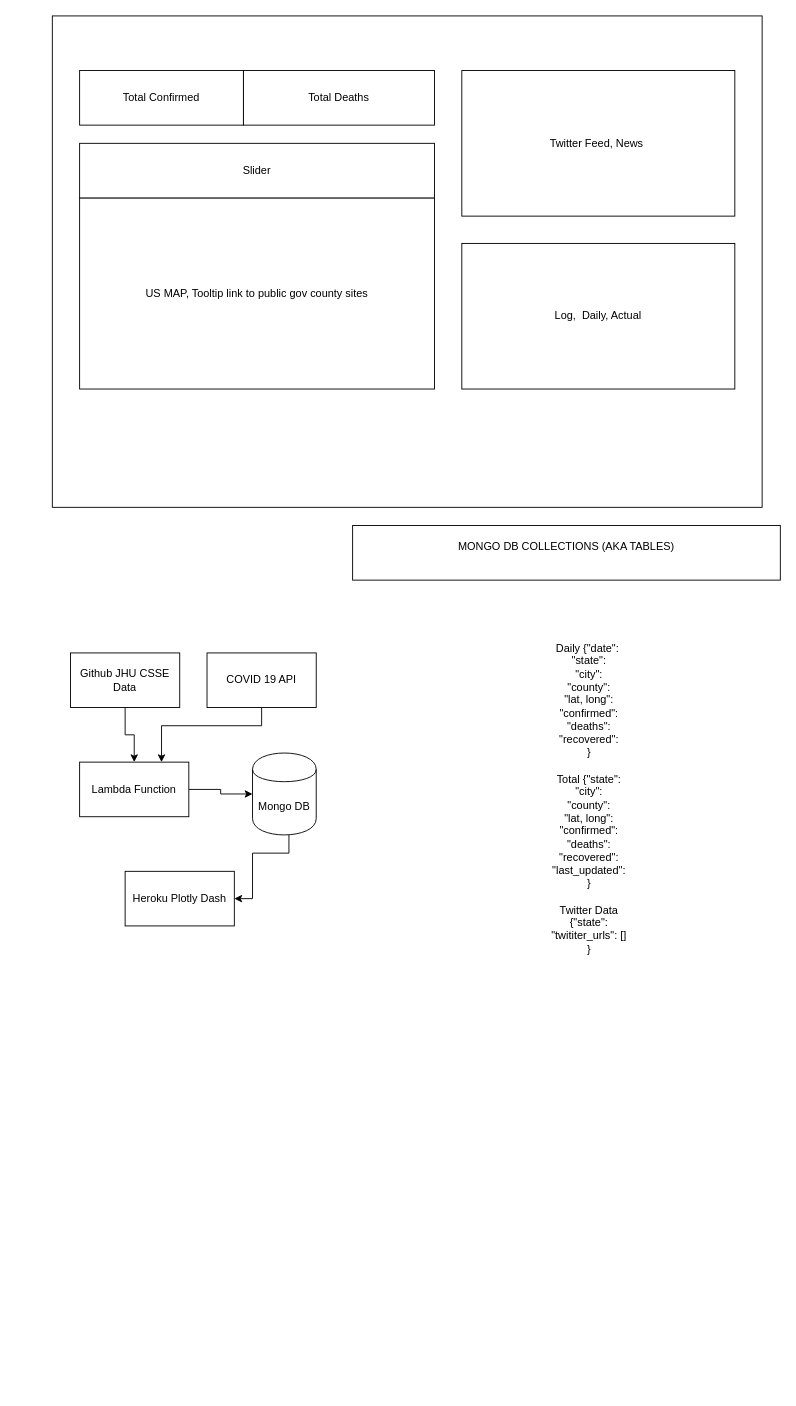
ncov19-us/front-end keeps this draw.io diagram as covid19-dash.drawio. Above is the earlier version. Source tidied: cells renumbered, new cells numbered last; positions are measured from the earlier drawing's top-left corner, leaving out a move shared by most shapes. Both pictures are drawn from the tidied source at 91%, with x=0, y=0 at pixel (52, 15).
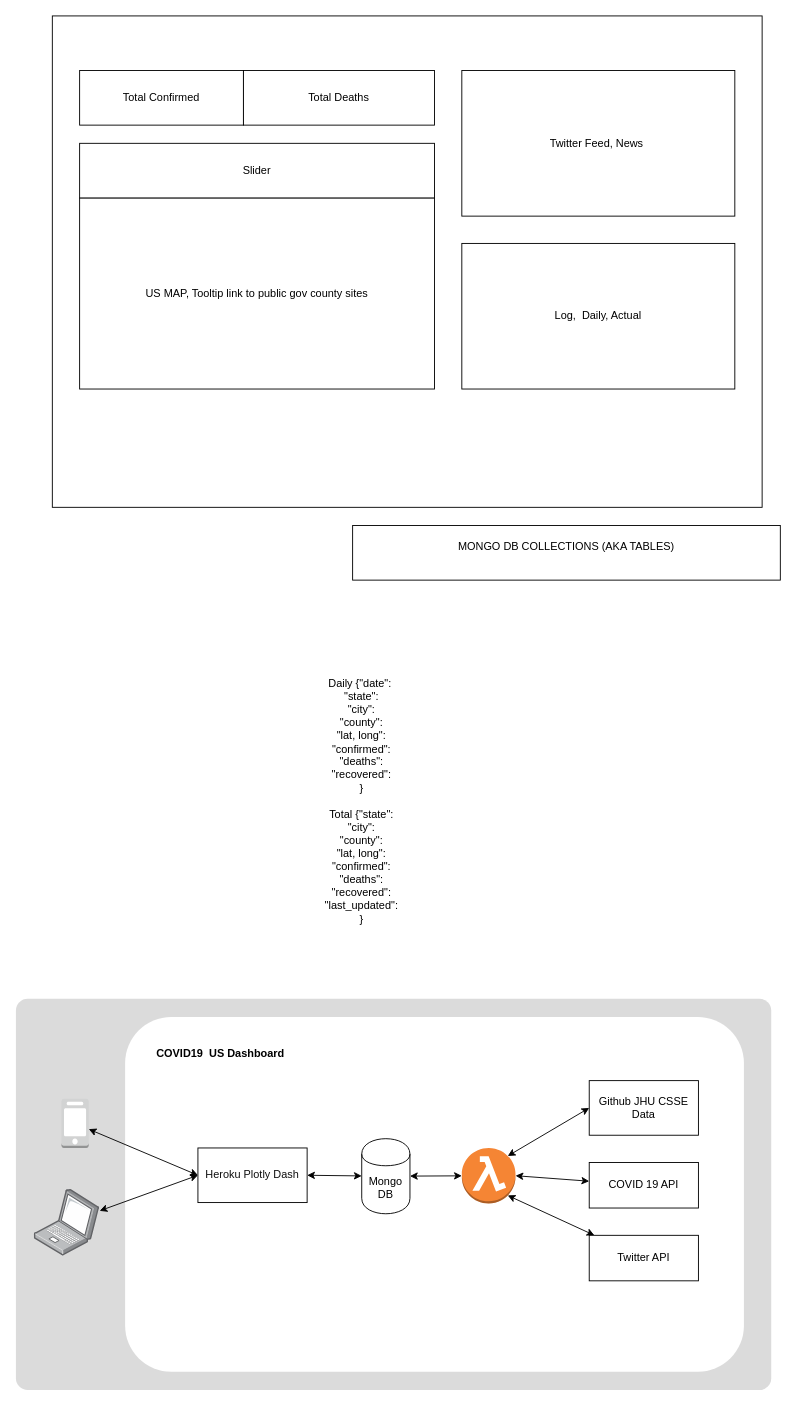
The same diagram, later.

What changed in the source:
```diff
@@
+    <mxCell id="20" style="rounded=1;whiteSpace=wrap;html=1;arcSize=3;fillColor=#DBDBDB;strokeColor=none;" parent="1" vertex="1">
+      <mxGeometry x="-40" y="1080" width="830" height="430" as="geometry" />
+    </mxCell>
@@
-    <mxCell id="9" style="edgeStyle=orthogonalEdgeStyle;rounded=0;jettySize=auto;html=1;entryX=0.5;entryY=0;entryDx=0;entryDy=0;" parent="1" edge="1" source="10" target="12">
-      <mxGeometry relative="1" as="geometry" />
-    </mxCell>
-    <mxCell id="10" value="Github JHU CSSE Data" style="rounded=0;whiteSpace=wrap;html=1;" parent="1" vertex="1">
-      <mxGeometry x="20" y="700" width="120" height="60" as="geometry" />
-    </mxCell>
-    <mxCell id="11" style="edgeStyle=orthogonalEdgeStyle;rounded=0;jettySize=auto;html=1;exitX=1;exitY=0.5;exitDx=0;exitDy=0;entryX=0;entryY=0.5;entryDx=0;entryDy=0;" parent="1" edge="1" source="12" target="14">
-      <mxGeometry relative="1" as="geometry" />
-    </mxCell>
-    <mxCell id="12" value="Lambda Function" style="rounded=0;whiteSpace=wrap;html=1;" parent="1" vertex="1">
-      <mxGeometry x="30" y="820" width="120" height="60" as="geometry" />
-    </mxCell>
+    <mxCell id="18" value="MONGO DB COLLECTIONS (AKA TABLES)&lt;br&gt;&lt;br&gt;" style="rounded=0;whiteSpace=wrap;html=1;" parent="1" vertex="1">
+      <mxGeometry x="330" y="560" width="470" height="60" as="geometry" />
+    </mxCell>
+    <mxCell id="19" value="Daily {&quot;date&quot;:&amp;nbsp;&lt;br&gt;&quot;state&quot;:&lt;br&gt;&quot;city&quot;:&lt;br&gt;&quot;county&quot;:&lt;br&gt;&quot;lat, long&quot;:&lt;br&gt;&quot;confirmed&quot;:&lt;br&gt;&quot;deaths&quot;:&lt;br&gt;&quot;recovered&quot;:&lt;br&gt;}&lt;br&gt;&lt;br&gt;Total {&quot;state&quot;:&lt;br&gt;&quot;city&quot;:&lt;br&gt;&quot;county&quot;:&lt;br&gt;&quot;lat, long&quot;:&lt;br&gt;&quot;confirmed&quot;:&lt;br&gt;&quot;deaths&quot;:&lt;br&gt;&quot;recovered&quot;:&lt;br&gt;&quot;last_updated&quot;:&lt;br&gt;}&lt;br&gt;&lt;br&gt;" style="text;html=1;strokeColor=none;fillColor=none;align=center;verticalAlign=middle;whiteSpace=wrap;rounded=0;" parent="1" vertex="1">
+      <mxGeometry x="130" y="690" width="420" height="360" as="geometry" />
+    </mxCell>
+    <mxCell id="21" style="rounded=1;whiteSpace=wrap;html=1;strokeColor=none;arcSize=13;" parent="1" vertex="1">
+      <mxGeometry x="80" y="1100" width="680" height="390" as="geometry" />
+    </mxCell>
+    <mxCell id="15" value="&lt;font color=&quot;#0f0f0f&quot;&gt;Heroku Plotly Dash&lt;/font&gt;" style="rounded=0;whiteSpace=wrap;html=1;" parent="1" vertex="1">
+      <mxGeometry x="160" y="1244" width="120" height="60" as="geometry" />
+    </mxCell>
+    <mxCell id="22" style="edgeStyle=none;rounded=0;jettySize=auto;html=1;startArrow=classic;startFill=1;" parent="1" edge="1" source="14" target="25">
+      <mxGeometry relative="1" as="geometry" />
+    </mxCell>
-    <mxCell id="13" style="edgeStyle=orthogonalEdgeStyle;rounded=0;jettySize=auto;html=1;entryX=1;entryY=0.5;entryDx=0;entryDy=0;" parent="1" edge="1" source="14" target="15">
-      <mxGeometry relative="1" as="geometry">
-        <Array as="points">
-          <mxPoint x="260" y="920" />
-          <mxPoint x="220" y="920" />
-          <mxPoint x="220" y="970" />
-        </Array>
-      </mxGeometry>
+    <mxCell id="13" style="edgeStyle=none;rounded=0;jettySize=auto;html=1;entryX=1;entryY=0.5;entryDx=0;entryDy=0;startArrow=classic;startFill=1;" parent="1" edge="1" source="14" target="15">
+      <mxGeometry relative="1" as="geometry" />
     </mxCell>
     <mxCell id="14" value="Mongo DB" style="shape=cylinder;whiteSpace=wrap;html=1;boundedLbl=1;backgroundOutline=1;" parent="1" vertex="1">
-      <mxGeometry x="220" y="810" width="70" height="90" as="geometry" />
+      <mxGeometry x="340" y="1233.8" width="53" height="82.5" as="geometry" />
     </mxCell>
-    <mxCell id="15" value="Heroku Plotly Dash" style="rounded=0;whiteSpace=wrap;html=1;" parent="1" vertex="1">
-      <mxGeometry x="80" y="940" width="120" height="60" as="geometry" />
-    </mxCell>
-    <mxCell id="16" style="edgeStyle=orthogonalEdgeStyle;rounded=0;jettySize=auto;html=1;entryX=0.75;entryY=0;entryDx=0;entryDy=0;" parent="1" edge="1" source="17" target="12">
-      <mxGeometry relative="1" as="geometry">
-        <Array as="points">
-          <mxPoint x="230" y="780" />
-          <mxPoint x="120" y="780" />
-        </Array>
-      </mxGeometry>
-    </mxCell>
+    <mxCell id="23" style="edgeStyle=none;rounded=0;jettySize=auto;html=1;exitX=0;exitY=0.5;exitDx=0;exitDy=0;entryX=0.855;entryY=0.145;entryDx=0;entryDy=0;entryPerimeter=0;startArrow=classic;startFill=1;" parent="1" edge="1" source="10" target="25">
+      <mxGeometry relative="1" as="geometry" />
+    </mxCell>
+    <mxCell id="10" value="Github JHU CSSE Data" style="rounded=0;whiteSpace=wrap;html=1;" parent="1" vertex="1">
+      <mxGeometry x="590" y="1170" width="120" height="60" as="geometry" />
+    </mxCell>
+    <mxCell id="24" style="edgeStyle=none;rounded=0;jettySize=auto;html=1;entryX=1;entryY=0.5;entryDx=0;entryDy=0;entryPerimeter=0;startArrow=classic;startFill=1;" parent="1" edge="1" source="17" target="25">
+      <mxGeometry relative="1" as="geometry" />
+    </mxCell>
     <mxCell id="17" value="COVID 19 API" style="rounded=0;whiteSpace=wrap;html=1;" parent="1" vertex="1">
-      <mxGeometry x="170" y="700" width="120" height="60" as="geometry" />
+      <mxGeometry x="590" y="1260" width="120" height="50" as="geometry" />
     </mxCell>
-    <mxCell id="18" value="MONGO DB COLLECTIONS (AKA TABLES)&lt;br&gt;&lt;br&gt;" style="rounded=0;whiteSpace=wrap;html=1;" parent="1" vertex="1">
-      <mxGeometry x="330" y="560" width="470" height="60" as="geometry" />
-    </mxCell>
-    <mxCell id="19" value="Daily {&quot;date&quot;:&amp;nbsp;&lt;br&gt;&quot;state&quot;:&lt;br&gt;&quot;city&quot;:&lt;br&gt;&quot;county&quot;:&lt;br&gt;&quot;lat, long&quot;:&lt;br&gt;&quot;confirmed&quot;:&lt;br&gt;&quot;deaths&quot;:&lt;br&gt;&quot;recovered&quot;:&lt;br&gt;}&lt;br&gt;&lt;br&gt;Total {&quot;state&quot;:&lt;br&gt;&quot;city&quot;:&lt;br&gt;&quot;county&quot;:&lt;br&gt;&quot;lat, long&quot;:&lt;br&gt;&quot;confirmed&quot;:&lt;br&gt;&quot;deaths&quot;:&lt;br&gt;&quot;recovered&quot;:&lt;br&gt;&quot;last_updated&quot;:&lt;br&gt;}&lt;br&gt;&lt;br&gt;Twitter Data&lt;br&gt;{&quot;state&quot;:&lt;br&gt;&quot;twititer_urls&quot;: []&lt;br&gt;}" style="text;html=1;strokeColor=none;fillColor=none;align=center;verticalAlign=middle;whiteSpace=wrap;rounded=0;" parent="1" vertex="1">
-      <mxGeometry x="380" y="680" width="420" height="360" as="geometry" />
-    </mxCell>
+    <mxCell id="25" style="outlineConnect=0;dashed=0;verticalLabelPosition=bottom;verticalAlign=top;align=center;html=1;shape=mxgraph.aws3.lambda_function;fillColor=#F58534;gradientColor=none;rounded=1;" parent="1" vertex="1">
+      <mxGeometry x="450" y="1244" width="59" height="61" as="geometry" />
+    </mxCell>
+    <mxCell id="26" style="edgeStyle=none;rounded=0;jettySize=auto;html=1;startArrow=classic;startFill=1;entryX=0.855;entryY=0.855;entryDx=0;entryDy=0;entryPerimeter=0;" parent="1" edge="1" source="27" target="25">
+      <mxGeometry relative="1" as="geometry" />
+    </mxCell>
+    <mxCell id="27" value="Twitter API" style="rounded=0;whiteSpace=wrap;html=1;" parent="1" vertex="1">
+      <mxGeometry x="590" y="1340" width="120" height="50" as="geometry" />
+    </mxCell>
+    <mxCell id="28" style="edgeStyle=none;rounded=0;jettySize=auto;html=1;entryX=0;entryY=0.5;entryDx=0;entryDy=0;startArrow=classic;startFill=1;" parent="1" edge="1" source="29" target="15">
+      <mxGeometry relative="1" as="geometry" />
+    </mxCell>
+    <mxCell id="29" style="outlineConnect=0;dashed=0;verticalLabelPosition=bottom;verticalAlign=top;align=center;html=1;shape=mxgraph.aws3.mobile_client;fillColor=#D2D3D3;gradientColor=none;rounded=1;" parent="1" vertex="1">
+      <mxGeometry x="10" y="1190" width="30" height="54" as="geometry" />
+    </mxCell>
+    <mxCell id="30" style="edgeStyle=none;rounded=0;jettySize=auto;html=1;entryX=0;entryY=0.5;entryDx=0;entryDy=0;startArrow=classic;startFill=1;" parent="1" edge="1" source="31" target="15">
+      <mxGeometry relative="1" as="geometry" />
+    </mxCell>
+    <mxCell id="31" style="points=[];html=1;align=center;shadow=0;dashed=0;image;image=img/lib/allied_telesis/computer_and_terminals/Laptop.svg;rounded=1;fillColor=#B18DF0;gradientColor=none;" parent="1" vertex="1">
+      <mxGeometry x="-20" y="1289.6" width="72" height="73" as="geometry" />
+    </mxCell>
+    <mxCell id="32" value="&lt;b&gt;COVID19&amp;nbsp; US Dashboard&lt;/b&gt;" style="text;html=1;strokeColor=none;fillColor=none;align=center;verticalAlign=middle;whiteSpace=wrap;rounded=0;" parent="1" vertex="1">
+      <mxGeometry x="110" y="1120" width="150" height="40" as="geometry" />
+    </mxCell>
```
